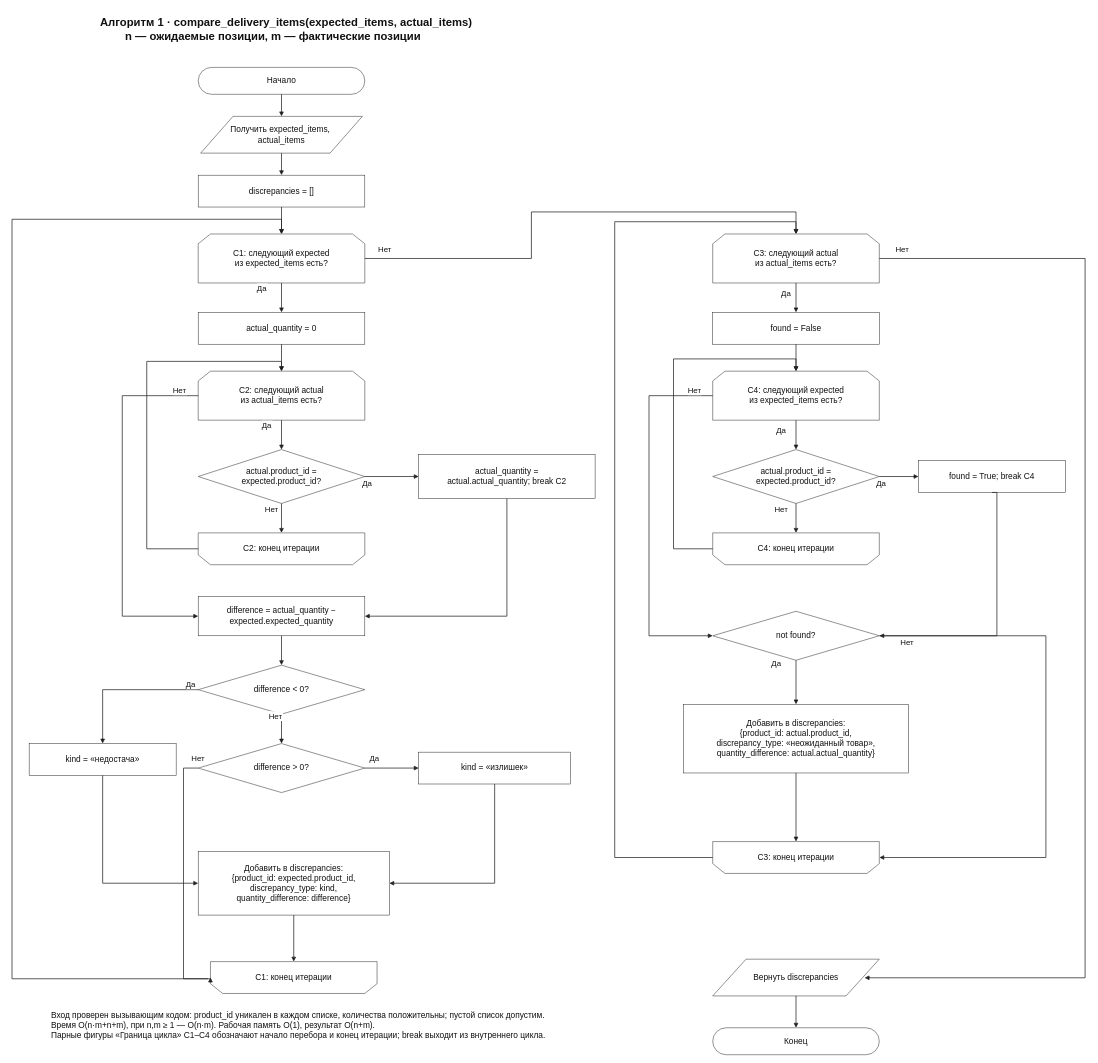
The draw.io diagram models/algo_1.drawio in alex020160/warehouse-responsible-storage, before the edit. Source tidied: cells renumbered, new cells numbered last; positions are measured from the earlier drawing's top-left corner, leaving out a move shared by most shapes. Both pictures are drawn from the tidied source at 49%, with x=0, y=0 at pixel (12, 8).
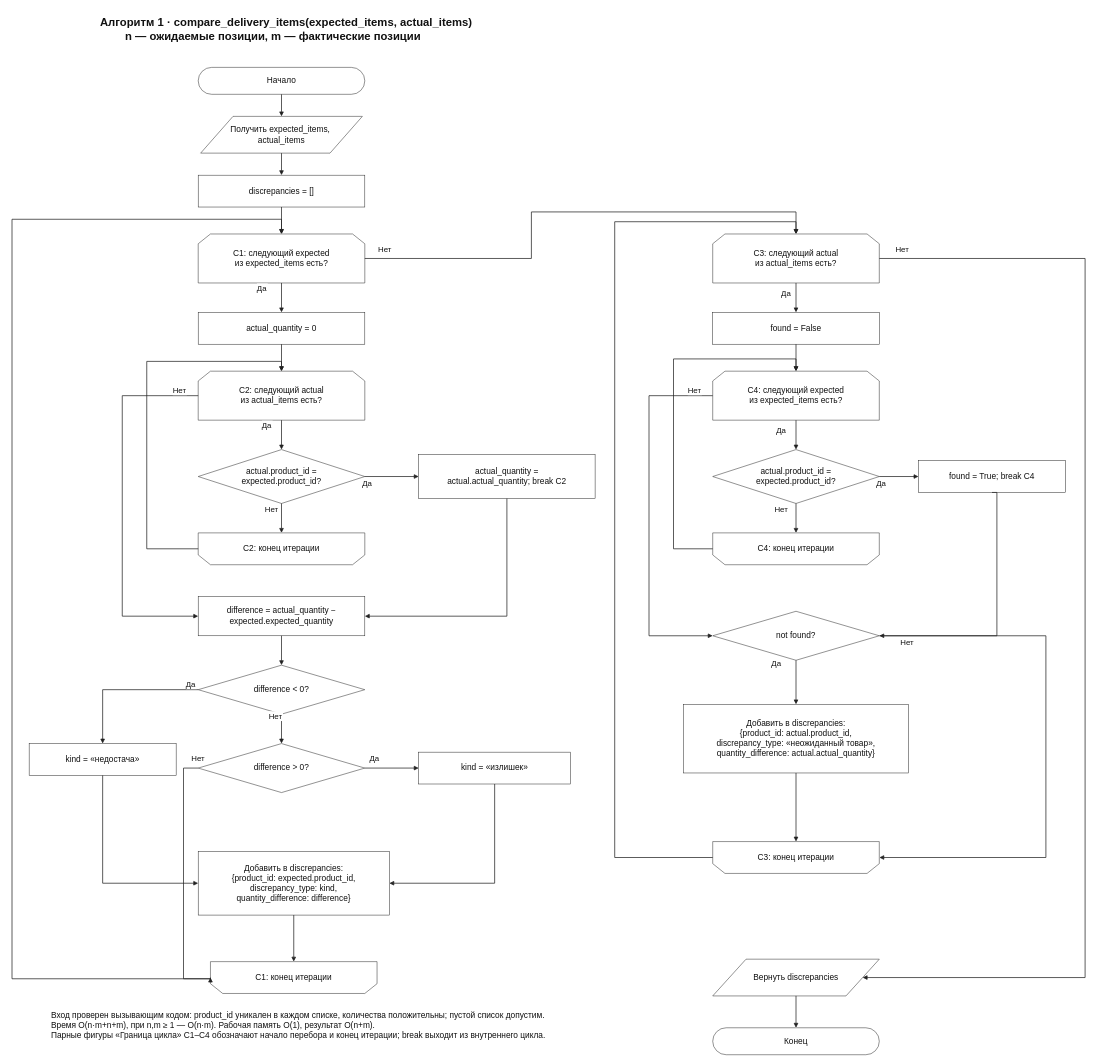
The same page after the edit.

Commit message (it also covers changes not shown here):
Repair flowchart connections and document model constraints

Unchanged cells that the change refers to:
```xml
<mxCell id="6" value="C1: следующий expected&#10;из expected_items есть?" style="shape=loopLimit;size=25;whiteSpace=wrap;html=0;fontFamily=Arial;fontSize=17;fontColor=#111111;strokeColor=#222222;fillColor=#ffffff;spacing=10;" parent="1" vertex="1">
  <mxGeometry x="380" y="460" width="340" height="100" as="geometry" />
</mxCell>
<mxCell id="18" value="C1: конец итерации" style="shape=loopLimit;size=25;flipV=1;whiteSpace=wrap;html=0;fontFamily=Arial;fontSize=17;fontColor=#111111;strokeColor=#222222;fillColor=#ffffff;spacing=10;" parent="1" vertex="1">
  <mxGeometry x="405" y="1945" width="340" height="65" as="geometry" />
</mxCell>
<mxCell id="19" value="C3: следующий actual&#10;из actual_items есть?" style="shape=loopLimit;size=25;whiteSpace=wrap;html=0;fontFamily=Arial;fontSize=17;fontColor=#111111;strokeColor=#222222;fillColor=#ffffff;spacing=10;" parent="1" vertex="1">
  <mxGeometry x="1430" y="460" width="340" height="100" as="geometry" />
</mxCell>
<mxCell id="28" value="Вернуть discrepancies" style="shape=parallelogram;perimeter=parallelogramPerimeter;whiteSpace=wrap;html=0;fontFamily=Arial;fontSize=17;fontColor=#111111;strokeColor=#222222;fillColor=#ffffff;spacing=10;" parent="1" vertex="1">
  <mxGeometry x="1430" y="1940" width="340" height="75" as="geometry" />
</mxCell>
```

Change to the diagram source:
```diff
@@
-    <mxCell id="50" style="edgeStyle=orthogonalEdgeStyle;rounded=0;html=0;endArrow=block;endFill=1;strokeColor=#222222;fontColor=#111111;strokeWidth=1.5;fontFamily=Arial;fontSize=16;labelBackgroundColor=#ffffff;entryX=0.5;entryY=0;" parent="1" edge="1" target="6">
+    <mxCell id="50" style="edgeStyle=orthogonalEdgeStyle;rounded=0;html=0;endArrow=block;endFill=1;strokeColor=#222222;fontColor=#111111;strokeWidth=1.5;fontFamily=Arial;fontSize=16;labelBackgroundColor=#ffffff;entryX=0.5;entryY=0;exitX=0;exitY=0.5;" parent="1" edge="1" source="18" target="6">
       <mxGeometry relative="1" as="geometry">
-        <mxPoint x="400" y="1980" as="sourcePoint" />
         <Array as="points">
           <mxPoint y="1980" />
           <mxPoint y="430" />
           <mxPoint x="550" y="430" />
         </Array>
       </mxGeometry>
     </mxCell>
@@
-    <mxCell id="52" value="Нет" style="edgeStyle=orthogonalEdgeStyle;rounded=0;html=0;endArrow=block;endFill=1;strokeColor=#222222;fontColor=#111111;strokeWidth=1.5;fontFamily=Arial;fontSize=16;labelBackgroundColor=#ffffff;exitX=1;exitY=0.5;" parent="1" edge="1" source="19">
+    <mxCell id="52" value="Нет" style="edgeStyle=orthogonalEdgeStyle;rounded=0;html=0;endArrow=block;endFill=1;strokeColor=#222222;fontColor=#111111;strokeWidth=1.5;fontFamily=Arial;fontSize=16;labelBackgroundColor=#ffffff;exitX=1;exitY=0.5;entryX=1;entryY=0.5;" parent="1" edge="1" source="19" target="28">
       <mxGeometry x="-0.96" y="20" relative="1" as="geometry">
-        <mxPoint x="1740" y="1978" as="targetPoint" />
         <Array as="points">
           <mxPoint x="2190" y="510" />
           <mxPoint x="2190" y="1978" />
         </Array>
       </mxGeometry>
     </mxCell>
```
